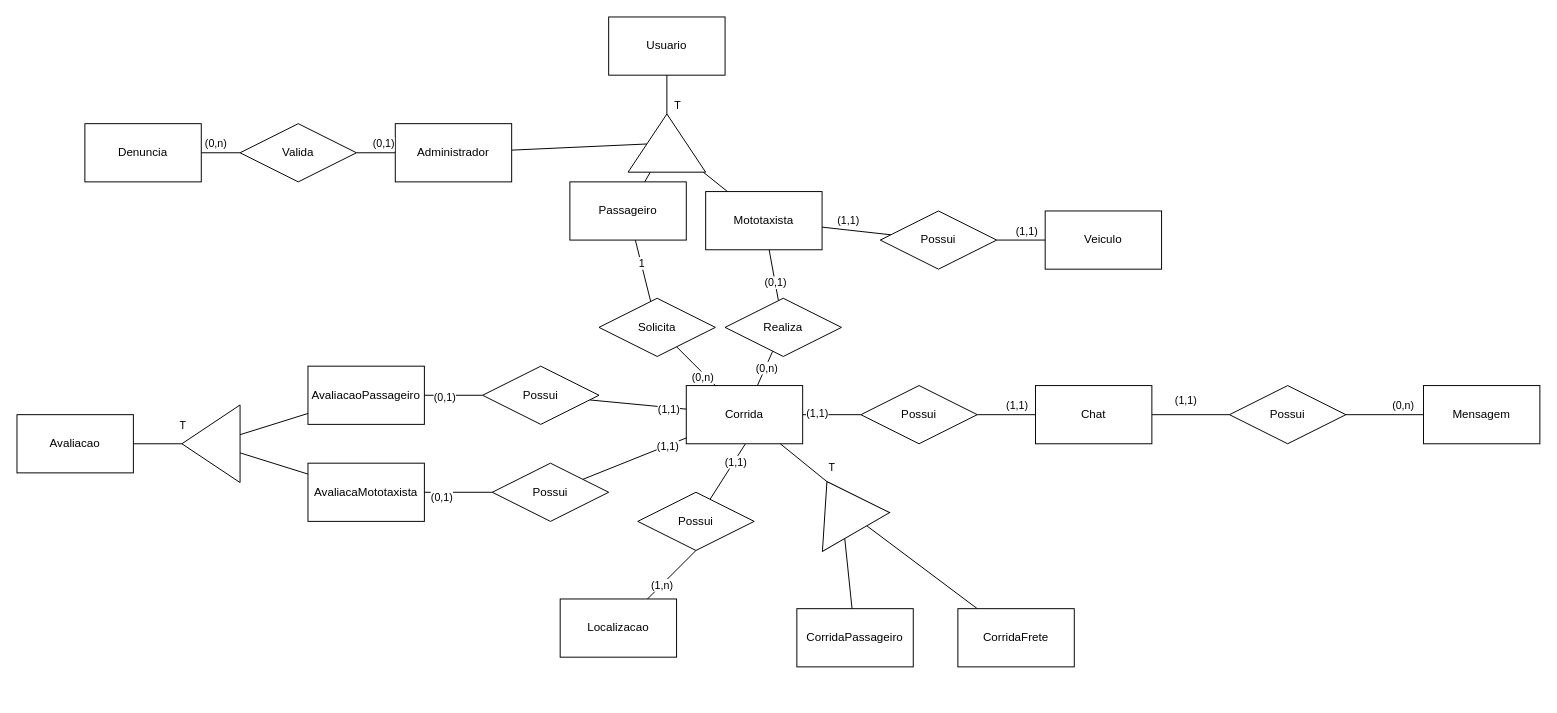
The draw.io diagram DER.drawio in josevictoraraujorojas/Route-Pires, before the edit. Source tidied: cells renumbered, new cells numbered last; positions are measured from the earlier drawing's top-left corner, leaving out a move shared by most shapes. Both pictures are drawn from the tidied source at 97%, with x=0, y=0 at pixel (16, 16).
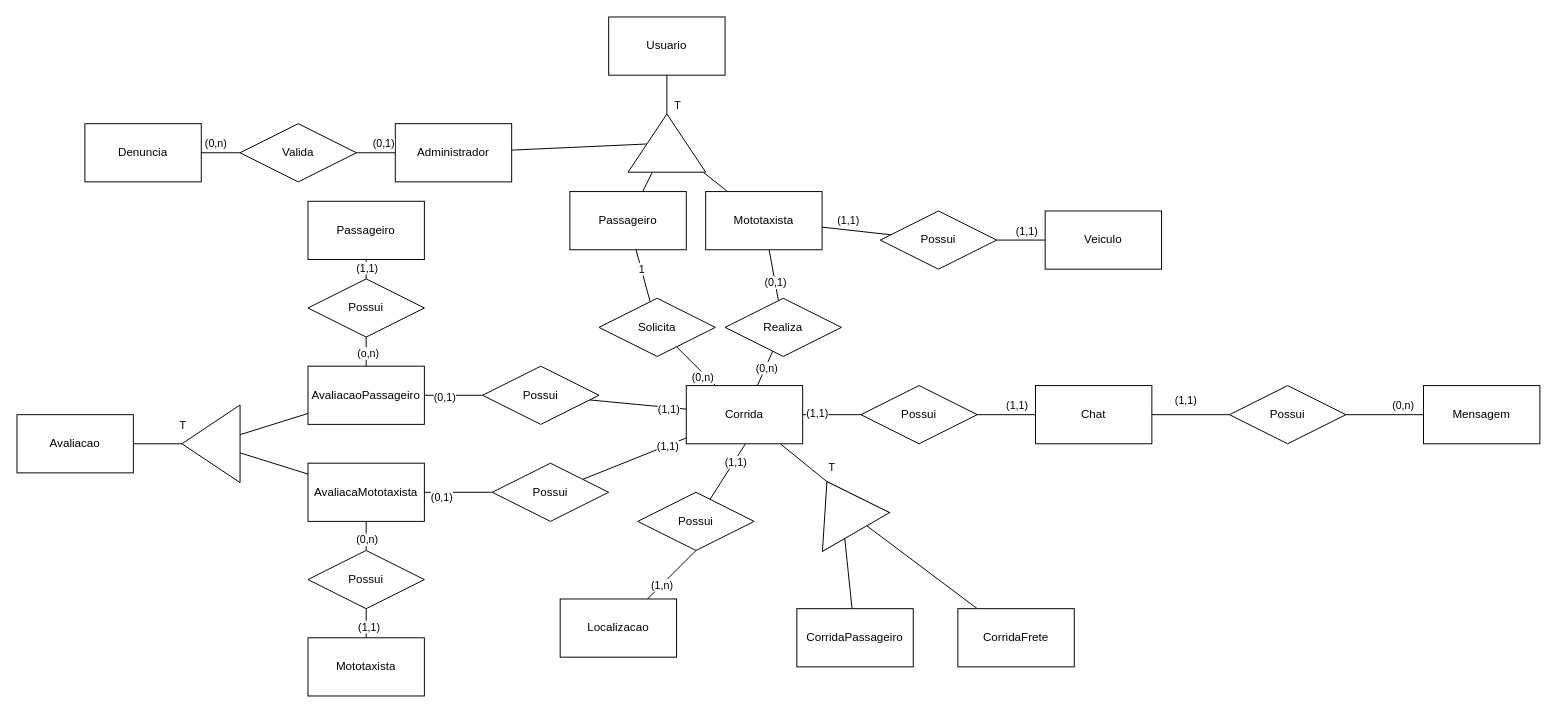
The same diagram, later.

Unchanged cells that the change refers to:
```xml
<mxCell id="49" value="AvaliacaoPassageiro" style="rounded=0;whiteSpace=wrap;html=1;" parent="1" vertex="1">
  <mxGeometry x="300" y="360" width="120" height="60" as="geometry" />
</mxCell>
<mxCell id="52" value="AvaliacaMototaxista" style="rounded=0;whiteSpace=wrap;html=1;" parent="1" vertex="1">
  <mxGeometry x="300" y="460" width="120" height="60" as="geometry" />
</mxCell>
```

Diff of the diagram source:
```diff
@@
     <mxCell id="8" value="Passageiro" style="rounded=0;whiteSpace=wrap;html=1;" parent="1" vertex="1">
-      <mxGeometry x="570" y="170" width="120" height="60" as="geometry" />
+      <mxGeometry x="570" y="180" width="120" height="60" as="geometry" />
     </mxCell>
@@
+    <mxCell id="78" style="rounded=0;jettySize=auto;html=1;endArrow=none;startFill=0;" parent="1" edge="1" source="52" target="89">
+      <mxGeometry relative="1" as="geometry" />
+    </mxCell>
+    <mxCell id="79" value="(0,n)" style="edgeLabel;html=1;align=center;verticalAlign=middle;" parent="78" vertex="1">
+      <mxGeometry x="0.2" relative="1" as="geometry" />
+    </mxCell>
@@
+    <mxCell id="80" value="Passageiro" style="rounded=0;whiteSpace=wrap;html=1;" parent="1" vertex="1">
+      <mxGeometry x="300" y="190" width="120" height="60" as="geometry" />
+    </mxCell>
+    <mxCell id="81" style="rounded=0;jettySize=auto;html=1;endArrow=none;startFill=0;" parent="1" edge="1" source="83" target="89">
+      <mxGeometry relative="1" as="geometry" />
+    </mxCell>
+    <mxCell id="82" value="(1,1)" style="edgeLabel;html=1;align=center;verticalAlign=middle;" parent="81" vertex="1">
+      <mxGeometry x="-0.2" y="-2" relative="1" as="geometry" />
+    </mxCell>
+    <mxCell id="83" value="Mototaxista" style="rounded=0;whiteSpace=wrap;html=1;" parent="1" vertex="1">
+      <mxGeometry x="300" y="640" width="120" height="60" as="geometry" />
+    </mxCell>
+    <mxCell id="84" style="rounded=0;jettySize=auto;html=1;endArrow=none;startFill=0;" parent="1" edge="1" source="88" target="80">
+      <mxGeometry relative="1" as="geometry" />
+    </mxCell>
+    <mxCell id="85" value="(1,1)" style="edgeLabel;html=1;align=center;verticalAlign=middle;" parent="84" vertex="1">
+      <mxGeometry x="0.2" relative="1" as="geometry" />
+    </mxCell>
+    <mxCell id="86" style="rounded=0;jettySize=auto;html=1;endArrow=none;startFill=0;" parent="1" edge="1" source="88" target="49">
+      <mxGeometry relative="1" as="geometry" />
+    </mxCell>
+    <mxCell id="87" value="(o,n)" style="edgeLabel;html=1;align=center;verticalAlign=middle;" parent="86" vertex="1">
+      <mxGeometry x="0.07" y="1" relative="1" as="geometry" />
+    </mxCell>
+    <mxCell id="88" value="Possui" style="shape=rhombus;perimeter=rhombusPerimeter;whiteSpace=wrap;html=1;align=center;" parent="1" vertex="1">
+      <mxGeometry x="300" y="270" width="120" height="60" as="geometry" />
+    </mxCell>
+    <mxCell id="89" value="Possui" style="shape=rhombus;perimeter=rhombusPerimeter;whiteSpace=wrap;html=1;align=center;" parent="1" vertex="1">
+      <mxGeometry x="300" y="550" width="120" height="60" as="geometry" />
+    </mxCell>
```
